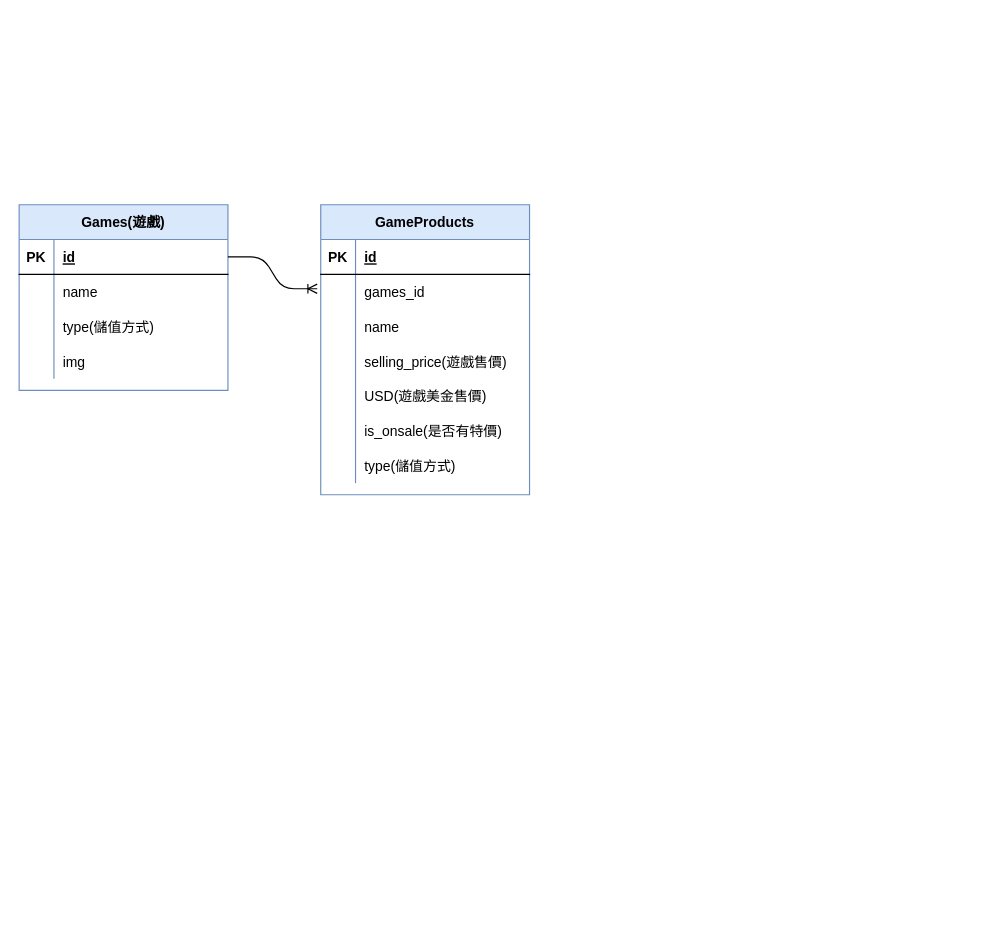
The draw.io diagram Untitled Diagram.drawio in SuHsienChin/website, before the edit. Source tidied: cells renumbered, new cells numbered last; positions are measured from the earlier drawing's top-left corner, leaving out a move shared by most shapes. Both pictures are drawn from the tidied source at 116%, with x=0, y=0 at pixel (19, 204).
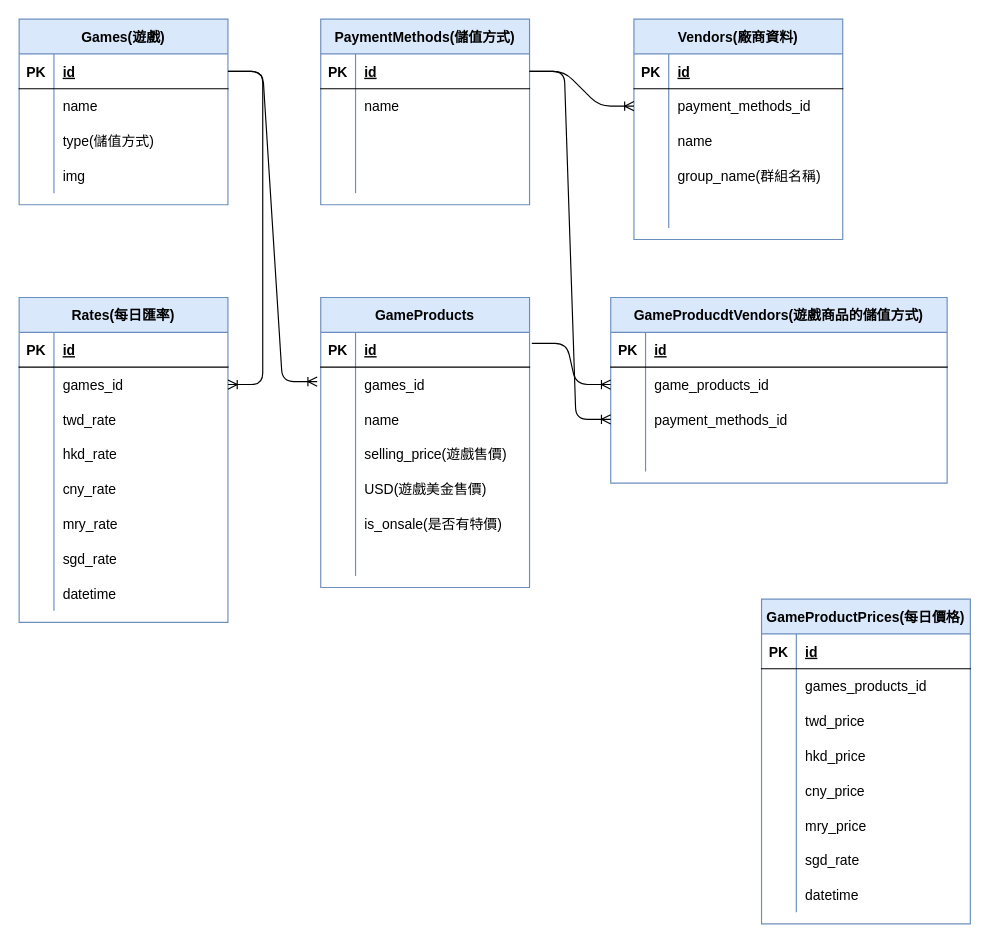
Above is the later version.

Unchanged cells that the change refers to:
```xml
<mxCell id="3" style="shape=partialRectangle;fillColor=none;top=0;left=0;bottom=1;right=0;points=[[0,0.5],[1,0.5]];portConstraint=eastwest;" parent="2" vertex="1">
  <mxGeometry y="30" width="180" height="30" as="geometry" />
</mxCell>
<mxCell id="16" style="shape=partialRectangle;fillColor=none;top=0;left=0;bottom=1;right=0;points=[[0,0.5],[1,0.5]];portConstraint=eastwest;" parent="15" vertex="1">
  <mxGeometry y="30" width="180" height="30" as="geometry" />
</mxCell>
<mxCell id="34" style="shape=partialRectangle;fillColor=none;top=0;left=0;bottom=0;right=0;" parent="15" vertex="1">
  <mxGeometry y="210" width="180" height="30" as="geometry" />
</mxCell>
```

Diff of the diagram source:
```diff
@@
     <mxCell id="2" value="Games(遊戲)" style="shape=table;startSize=30;childLayout=tableLayout;rowLines=0;fontStyle=1;align=center;fillColor=#dae8fc;strokeColor=#6c8ebf;" parent="1" vertex="1">
-      <mxGeometry width="180" height="160" as="geometry" />
+      <mxGeometry y="-160" width="180" height="160" as="geometry" />
     </mxCell>
@@
     <mxCell id="15" value="GameProducts" style="shape=table;startSize=30;childLayout=tableLayout;rowLines=0;fontStyle=1;align=center;fillColor=#dae8fc;strokeColor=#6c8ebf;" parent="1" vertex="1">
-      <mxGeometry x="260" width="180" height="250" as="geometry" />
+      <mxGeometry x="260" y="80" width="180" height="250" as="geometry" />
     </mxCell>
@@
-    <mxCell id="36" value="type(儲值方式)" style="shape=partialRectangle;fillColor=none;top=0;left=0;bottom=0;right=0;align=left;spacingLeft=6;overflow=hidden;" parent="34" vertex="1">
+    <mxCell id="36" style="shape=partialRectangle;fillColor=none;top=0;left=0;bottom=0;right=0;align=left;spacingLeft=6;overflow=hidden;" parent="34" vertex="1">
       <mxGeometry x="30" width="150" height="30" as="geometry" />
     </mxCell>
@@
+    <mxCell id="38" value="Rates(每日匯率)" style="shape=table;startSize=30;childLayout=tableLayout;rowLines=0;fontStyle=1;align=center;fillColor=#dae8fc;strokeColor=#6c8ebf;" parent="1" vertex="1">
+      <mxGeometry y="80" width="180" height="280" as="geometry" />
+    </mxCell>
+    <mxCell id="39" style="shape=partialRectangle;fillColor=none;top=0;left=0;bottom=1;right=0;" parent="38" vertex="1">
+      <mxGeometry y="30" width="180" height="30" as="geometry" />
+    </mxCell>
+    <mxCell id="40" value="PK" style="shape=partialRectangle;fillColor=none;top=0;left=0;bottom=0;right=0;fontStyle=1;overflow=hidden;" parent="39" vertex="1">
+      <mxGeometry width="30" height="30" as="geometry" />
+    </mxCell>
+    <mxCell id="41" value="id" style="shape=partialRectangle;fillColor=none;top=0;left=0;bottom=0;right=0;align=left;spacingLeft=6;fontStyle=5;overflow=hidden;" parent="39" vertex="1">
+      <mxGeometry x="30" width="150" height="30" as="geometry" />
+    </mxCell>
+    <mxCell id="42" style="shape=partialRectangle;fillColor=none;top=0;left=0;bottom=0;right=0;points=[[0,0.5],[1,0.5]];portConstraint=eastwest;" parent="38" vertex="1">
+      <mxGeometry y="60" width="180" height="30" as="geometry" />
+    </mxCell>
+    <mxCell id="43" style="shape=partialRectangle;fillColor=none;top=0;left=0;bottom=0;right=0;overflow=hidden;" parent="42" vertex="1">
+      <mxGeometry width="30" height="30" as="geometry" />
+    </mxCell>
+    <mxCell id="44" value="games_id" style="shape=partialRectangle;fillColor=none;top=0;left=0;bottom=0;right=0;align=left;spacingLeft=6;overflow=hidden;" parent="42" vertex="1">
+      <mxGeometry x="30" width="150" height="30" as="geometry" />
+    </mxCell>
+    <mxCell id="45" style="shape=partialRectangle;fillColor=none;top=0;left=0;bottom=0;right=0;" parent="38" vertex="1">
+      <mxGeometry y="90" width="180" height="30" as="geometry" />
+    </mxCell>
+    <mxCell id="46" style="shape=partialRectangle;fillColor=none;top=0;left=0;bottom=0;right=0;overflow=hidden;" parent="45" vertex="1">
+      <mxGeometry width="30" height="30" as="geometry" />
+    </mxCell>
+    <mxCell id="47" value="twd_rate" style="shape=partialRectangle;fillColor=none;top=0;left=0;bottom=0;right=0;align=left;spacingLeft=6;overflow=hidden;" parent="45" vertex="1">
+      <mxGeometry x="30" width="150" height="30" as="geometry" />
+    </mxCell>
+    <mxCell id="48" style="shape=partialRectangle;fillColor=none;top=0;left=0;bottom=0;right=0;" parent="38" vertex="1">
+      <mxGeometry y="120" width="180" height="30" as="geometry" />
+    </mxCell>
+    <mxCell id="49" style="shape=partialRectangle;fillColor=none;top=0;left=0;bottom=0;right=0;overflow=hidden;" parent="48" vertex="1">
+      <mxGeometry width="30" height="30" as="geometry" />
+    </mxCell>
+    <mxCell id="50" value="hkd_rate" style="shape=partialRectangle;fillColor=none;top=0;left=0;bottom=0;right=0;align=left;spacingLeft=6;overflow=hidden;" parent="48" vertex="1">
+      <mxGeometry x="30" width="150" height="30" as="geometry" />
+    </mxCell>
+    <mxCell id="51" style="shape=partialRectangle;fillColor=none;top=0;left=0;bottom=0;right=0;" parent="38" vertex="1">
+      <mxGeometry y="150" width="180" height="30" as="geometry" />
+    </mxCell>
+    <mxCell id="52" style="shape=partialRectangle;fillColor=none;top=0;left=0;bottom=0;right=0;overflow=hidden;" parent="51" vertex="1">
+      <mxGeometry width="30" height="30" as="geometry" />
+    </mxCell>
+    <mxCell id="53" value="cny_rate" style="shape=partialRectangle;fillColor=none;top=0;left=0;bottom=0;right=0;align=left;spacingLeft=6;overflow=hidden;" parent="51" vertex="1">
+      <mxGeometry x="30" width="150" height="30" as="geometry" />
+    </mxCell>
+    <mxCell id="54" style="shape=partialRectangle;fillColor=none;top=0;left=0;bottom=0;right=0;" parent="38" vertex="1">
+      <mxGeometry y="180" width="180" height="30" as="geometry" />
+    </mxCell>
+    <mxCell id="55" style="shape=partialRectangle;fillColor=none;top=0;left=0;bottom=0;right=0;overflow=hidden;" parent="54" vertex="1">
+      <mxGeometry width="30" height="30" as="geometry" />
+    </mxCell>
+    <mxCell id="56" value="mry_rate" style="shape=partialRectangle;fillColor=none;top=0;left=0;bottom=0;right=0;align=left;spacingLeft=6;overflow=hidden;" parent="54" vertex="1">
+      <mxGeometry x="30" width="150" height="30" as="geometry" />
+    </mxCell>
+    <mxCell id="57" style="shape=partialRectangle;fillColor=none;top=0;left=0;bottom=0;right=0;" parent="38" vertex="1">
+      <mxGeometry y="210" width="180" height="30" as="geometry" />
+    </mxCell>
+    <mxCell id="58" style="shape=partialRectangle;fillColor=none;top=0;left=0;bottom=0;right=0;overflow=hidden;" parent="57" vertex="1">
+      <mxGeometry width="30" height="30" as="geometry" />
+    </mxCell>
+    <mxCell id="59" value="sgd_rate" style="shape=partialRectangle;fillColor=none;top=0;left=0;bottom=0;right=0;align=left;spacingLeft=6;overflow=hidden;" parent="57" vertex="1">
+      <mxGeometry x="30" width="150" height="30" as="geometry" />
+    </mxCell>
+    <mxCell id="60" style="shape=partialRectangle;fillColor=none;top=0;left=0;bottom=0;right=0;" parent="38" vertex="1">
+      <mxGeometry y="240" width="180" height="30" as="geometry" />
+    </mxCell>
+    <mxCell id="61" style="shape=partialRectangle;fillColor=none;top=0;left=0;bottom=0;right=0;overflow=hidden;" parent="60" vertex="1">
+      <mxGeometry width="30" height="30" as="geometry" />
+    </mxCell>
+    <mxCell id="62" value="datetime" style="shape=partialRectangle;fillColor=none;top=0;left=0;bottom=0;right=0;align=left;spacingLeft=6;overflow=hidden;" parent="60" vertex="1">
+      <mxGeometry x="30" width="150" height="30" as="geometry" />
+    </mxCell>
+    <mxCell id="63" style="edgeStyle=entityRelationEdgeStyle;fontSize=12;html=1;endArrow=ERoneToMany;exitX=1;exitY=0.5;exitDx=0;exitDy=0;entryX=1;entryY=0.5;entryDx=0;entryDy=0;" parent="1" edge="1" source="3" target="42">
+      <mxGeometry relative="1" as="geometry" />
+    </mxCell>
+    <mxCell id="64" value="GameProductPrices(每日價格)" style="shape=table;startSize=30;childLayout=tableLayout;rowLines=0;fontStyle=1;align=center;fillColor=#dae8fc;strokeColor=#6c8ebf;" parent="1" vertex="1">
+      <mxGeometry x="640" y="340" width="180" height="280" as="geometry" />
+    </mxCell>
+    <mxCell id="65" style="shape=partialRectangle;fillColor=none;top=0;left=0;bottom=1;right=0;" parent="64" vertex="1">
+      <mxGeometry y="30" width="180" height="30" as="geometry" />
+    </mxCell>
+    <mxCell id="66" value="PK" style="shape=partialRectangle;fillColor=none;top=0;left=0;bottom=0;right=0;fontStyle=1;overflow=hidden;" parent="65" vertex="1">
+      <mxGeometry width="30" height="30" as="geometry" />
+    </mxCell>
+    <mxCell id="67" value="id" style="shape=partialRectangle;fillColor=none;top=0;left=0;bottom=0;right=0;align=left;spacingLeft=6;fontStyle=5;overflow=hidden;" parent="65" vertex="1">
+      <mxGeometry x="30" width="150" height="30" as="geometry" />
+    </mxCell>
+    <mxCell id="68" style="shape=partialRectangle;fillColor=none;top=0;left=0;bottom=0;right=0;" parent="64" vertex="1">
+      <mxGeometry y="60" width="180" height="30" as="geometry" />
+    </mxCell>
+    <mxCell id="69" style="shape=partialRectangle;fillColor=none;top=0;left=0;bottom=0;right=0;overflow=hidden;" parent="68" vertex="1">
+      <mxGeometry width="30" height="30" as="geometry" />
+    </mxCell>
+    <mxCell id="70" value="games_products_id" style="shape=partialRectangle;fillColor=none;top=0;left=0;bottom=0;right=0;align=left;spacingLeft=6;overflow=hidden;" parent="68" vertex="1">
+      <mxGeometry x="30" width="150" height="30" as="geometry" />
+    </mxCell>
+    <mxCell id="71" style="shape=partialRectangle;fillColor=none;top=0;left=0;bottom=0;right=0;" parent="64" vertex="1">
+      <mxGeometry y="90" width="180" height="30" as="geometry" />
+    </mxCell>
+    <mxCell id="72" style="shape=partialRectangle;fillColor=none;top=0;left=0;bottom=0;right=0;overflow=hidden;" parent="71" vertex="1">
+      <mxGeometry width="30" height="30" as="geometry" />
+    </mxCell>
+    <mxCell id="73" value="twd_price" style="shape=partialRectangle;fillColor=none;top=0;left=0;bottom=0;right=0;align=left;spacingLeft=6;overflow=hidden;" parent="71" vertex="1">
+      <mxGeometry x="30" width="150" height="30" as="geometry" />
+    </mxCell>
+    <mxCell id="74" style="shape=partialRectangle;fillColor=none;top=0;left=0;bottom=0;right=0;" parent="64" vertex="1">
+      <mxGeometry y="120" width="180" height="30" as="geometry" />
+    </mxCell>
+    <mxCell id="75" style="shape=partialRectangle;fillColor=none;top=0;left=0;bottom=0;right=0;overflow=hidden;" parent="74" vertex="1">
+      <mxGeometry width="30" height="30" as="geometry" />
+    </mxCell>
+    <mxCell id="76" value="hkd_price" style="shape=partialRectangle;fillColor=none;top=0;left=0;bottom=0;right=0;align=left;spacingLeft=6;overflow=hidden;" parent="74" vertex="1">
+      <mxGeometry x="30" width="150" height="30" as="geometry" />
+    </mxCell>
+    <mxCell id="77" style="shape=partialRectangle;fillColor=none;top=0;left=0;bottom=0;right=0;" parent="64" vertex="1">
+      <mxGeometry y="150" width="180" height="30" as="geometry" />
+    </mxCell>
+    <mxCell id="78" style="shape=partialRectangle;fillColor=none;top=0;left=0;bottom=0;right=0;overflow=hidden;" parent="77" vertex="1">
+      <mxGeometry width="30" height="30" as="geometry" />
+    </mxCell>
+    <mxCell id="79" value="cny_price" style="shape=partialRectangle;fillColor=none;top=0;left=0;bottom=0;right=0;align=left;spacingLeft=6;overflow=hidden;" parent="77" vertex="1">
+      <mxGeometry x="30" width="150" height="30" as="geometry" />
+    </mxCell>
+    <mxCell id="80" style="shape=partialRectangle;fillColor=none;top=0;left=0;bottom=0;right=0;" parent="64" vertex="1">
+      <mxGeometry y="180" width="180" height="30" as="geometry" />
+    </mxCell>
+    <mxCell id="81" style="shape=partialRectangle;fillColor=none;top=0;left=0;bottom=0;right=0;overflow=hidden;" parent="80" vertex="1">
+      <mxGeometry width="30" height="30" as="geometry" />
+    </mxCell>
+    <mxCell id="82" value="mry_price" style="shape=partialRectangle;fillColor=none;top=0;left=0;bottom=0;right=0;align=left;spacingLeft=6;overflow=hidden;" parent="80" vertex="1">
+      <mxGeometry x="30" width="150" height="30" as="geometry" />
+    </mxCell>
+    <mxCell id="83" style="shape=partialRectangle;fillColor=none;top=0;left=0;bottom=0;right=0;" parent="64" vertex="1">
+      <mxGeometry y="210" width="180" height="30" as="geometry" />
+    </mxCell>
+    <mxCell id="84" style="shape=partialRectangle;fillColor=none;top=0;left=0;bottom=0;right=0;overflow=hidden;" parent="83" vertex="1">
+      <mxGeometry width="30" height="30" as="geometry" />
+    </mxCell>
+    <mxCell id="85" value="sgd_rate" style="shape=partialRectangle;fillColor=none;top=0;left=0;bottom=0;right=0;align=left;spacingLeft=6;overflow=hidden;" parent="83" vertex="1">
+      <mxGeometry x="30" width="150" height="30" as="geometry" />
+    </mxCell>
+    <mxCell id="86" style="shape=partialRectangle;fillColor=none;top=0;left=0;bottom=0;right=0;" parent="64" vertex="1">
+      <mxGeometry y="240" width="180" height="30" as="geometry" />
+    </mxCell>
+    <mxCell id="87" style="shape=partialRectangle;fillColor=none;top=0;left=0;bottom=0;right=0;overflow=hidden;" parent="86" vertex="1">
+      <mxGeometry width="30" height="30" as="geometry" />
+    </mxCell>
+    <mxCell id="88" value="datetime" style="shape=partialRectangle;fillColor=none;top=0;left=0;bottom=0;right=0;align=left;spacingLeft=6;overflow=hidden;" parent="86" vertex="1">
+      <mxGeometry x="30" width="150" height="30" as="geometry" />
+    </mxCell>
+    <mxCell id="89" value="Vendors(廠商資料)" style="shape=table;startSize=30;childLayout=tableLayout;rowLines=0;fontStyle=1;align=center;fillColor=#dae8fc;strokeColor=#6c8ebf;" parent="1" vertex="1">
+      <mxGeometry x="530" y="-160" width="180" height="190" as="geometry" />
+    </mxCell>
+    <mxCell id="90" style="shape=partialRectangle;fillColor=none;top=0;left=0;bottom=1;right=0;" parent="89" vertex="1">
+      <mxGeometry y="30" width="180" height="30" as="geometry" />
+    </mxCell>
+    <mxCell id="91" value="PK" style="shape=partialRectangle;fillColor=none;top=0;left=0;bottom=0;right=0;fontStyle=1;overflow=hidden;" parent="90" vertex="1">
+      <mxGeometry width="30" height="30" as="geometry" />
+    </mxCell>
+    <mxCell id="92" value="id" style="shape=partialRectangle;fillColor=none;top=0;left=0;bottom=0;right=0;align=left;spacingLeft=6;fontStyle=5;overflow=hidden;" parent="90" vertex="1">
+      <mxGeometry x="30" width="150" height="30" as="geometry" />
+    </mxCell>
+    <mxCell id="93" style="shape=partialRectangle;fillColor=none;top=0;left=0;bottom=0;right=0;points=[[0,0.5],[1,0.5]];portConstraint=eastwest;" parent="89" vertex="1">
+      <mxGeometry y="60" width="180" height="30" as="geometry" />
+    </mxCell>
+    <mxCell id="94" style="shape=partialRectangle;fillColor=none;top=0;left=0;bottom=0;right=0;overflow=hidden;" parent="93" vertex="1">
+      <mxGeometry width="30" height="30" as="geometry" />
+    </mxCell>
+    <mxCell id="95" value="payment_methods_id" style="shape=partialRectangle;fillColor=none;top=0;left=0;bottom=0;right=0;align=left;spacingLeft=6;overflow=hidden;" parent="93" vertex="1">
+      <mxGeometry x="30" width="150" height="30" as="geometry" />
+    </mxCell>
+    <mxCell id="96" style="shape=partialRectangle;fillColor=none;top=0;left=0;bottom=0;right=0;" parent="89" vertex="1">
+      <mxGeometry y="90" width="180" height="30" as="geometry" />
+    </mxCell>
+    <mxCell id="97" style="shape=partialRectangle;fillColor=none;top=0;left=0;bottom=0;right=0;overflow=hidden;" parent="96" vertex="1">
+      <mxGeometry width="30" height="30" as="geometry" />
+    </mxCell>
+    <mxCell id="98" value="name" style="shape=partialRectangle;fillColor=none;top=0;left=0;bottom=0;right=0;align=left;spacingLeft=6;overflow=hidden;" parent="96" vertex="1">
+      <mxGeometry x="30" width="150" height="30" as="geometry" />
+    </mxCell>
+    <mxCell id="99" style="shape=partialRectangle;fillColor=none;top=0;left=0;bottom=0;right=0;" parent="89" vertex="1">
+      <mxGeometry y="120" width="180" height="30" as="geometry" />
+    </mxCell>
+    <mxCell id="100" style="shape=partialRectangle;fillColor=none;top=0;left=0;bottom=0;right=0;overflow=hidden;" parent="99" vertex="1">
+      <mxGeometry width="30" height="30" as="geometry" />
+    </mxCell>
+    <mxCell id="101" value="group_name(群組名稱)" style="shape=partialRectangle;fillColor=none;top=0;left=0;bottom=0;right=0;align=left;spacingLeft=6;overflow=hidden;" parent="99" vertex="1">
+      <mxGeometry x="30" width="150" height="30" as="geometry" />
+    </mxCell>
+    <mxCell id="102" style="shape=partialRectangle;fillColor=none;top=0;left=0;bottom=0;right=0;" parent="89" vertex="1">
+      <mxGeometry y="150" width="180" height="30" as="geometry" />
+    </mxCell>
+    <mxCell id="103" style="shape=partialRectangle;fillColor=none;top=0;left=0;bottom=0;right=0;overflow=hidden;" parent="102" vertex="1">
+      <mxGeometry width="30" height="30" as="geometry" />
+    </mxCell>
+    <mxCell id="104" style="shape=partialRectangle;fillColor=none;top=0;left=0;bottom=0;right=0;align=left;spacingLeft=6;overflow=hidden;" parent="102" vertex="1">
+      <mxGeometry x="30" width="150" height="30" as="geometry" />
+    </mxCell>
+    <mxCell id="105" value="GameProducdtVendors(遊戲商品的儲值方式)" style="shape=table;startSize=30;childLayout=tableLayout;rowLines=0;fontStyle=1;align=center;fillColor=#dae8fc;strokeColor=#6c8ebf;" parent="1" vertex="1">
+      <mxGeometry x="510" y="80" width="290" height="160" as="geometry" />
+    </mxCell>
+    <mxCell id="106" style="shape=partialRectangle;fillColor=none;top=0;left=0;bottom=1;right=0;" parent="105" vertex="1">
+      <mxGeometry y="30" width="290" height="30" as="geometry" />
+    </mxCell>
+    <mxCell id="107" value="PK" style="shape=partialRectangle;fillColor=none;top=0;left=0;bottom=0;right=0;fontStyle=1;overflow=hidden;" parent="106" vertex="1">
+      <mxGeometry width="30" height="30" as="geometry" />
+    </mxCell>
+    <mxCell id="108" value="id" style="shape=partialRectangle;fillColor=none;top=0;left=0;bottom=0;right=0;align=left;spacingLeft=6;fontStyle=5;overflow=hidden;" parent="106" vertex="1">
+      <mxGeometry x="30" width="260" height="30" as="geometry" />
+    </mxCell>
+    <mxCell id="109" style="shape=partialRectangle;fillColor=none;top=0;left=0;bottom=0;right=0;points=[[0,0.5],[1,0.5]];portConstraint=eastwest;" parent="105" vertex="1">
+      <mxGeometry y="60" width="290" height="30" as="geometry" />
+    </mxCell>
+    <mxCell id="110" style="shape=partialRectangle;fillColor=none;top=0;left=0;bottom=0;right=0;overflow=hidden;" parent="109" vertex="1">
+      <mxGeometry width="30" height="30" as="geometry" />
+    </mxCell>
+    <mxCell id="111" value="game_products_id" style="shape=partialRectangle;fillColor=none;top=0;left=0;bottom=0;right=0;align=left;spacingLeft=6;overflow=hidden;" parent="109" vertex="1">
+      <mxGeometry x="30" width="260" height="30" as="geometry" />
+    </mxCell>
+    <mxCell id="112" style="shape=partialRectangle;fillColor=none;top=0;left=0;bottom=0;right=0;points=[[0,0.5],[1,0.5]];portConstraint=eastwest;" parent="105" vertex="1">
+      <mxGeometry y="90" width="290" height="30" as="geometry" />
+    </mxCell>
+    <mxCell id="113" style="shape=partialRectangle;fillColor=none;top=0;left=0;bottom=0;right=0;overflow=hidden;" parent="112" vertex="1">
+      <mxGeometry width="30" height="30" as="geometry" />
+    </mxCell>
+    <mxCell id="114" value="payment_methods_id" style="shape=partialRectangle;fillColor=none;top=0;left=0;bottom=0;right=0;align=left;spacingLeft=6;overflow=hidden;" parent="112" vertex="1">
+      <mxGeometry x="30" width="260" height="30" as="geometry" />
+    </mxCell>
+    <mxCell id="115" style="shape=partialRectangle;fillColor=none;top=0;left=0;bottom=0;right=0;" parent="105" vertex="1">
+      <mxGeometry y="120" width="290" height="30" as="geometry" />
+    </mxCell>
+    <mxCell id="116" style="shape=partialRectangle;fillColor=none;top=0;left=0;bottom=0;right=0;overflow=hidden;" parent="115" vertex="1">
+      <mxGeometry width="30" height="30" as="geometry" />
+    </mxCell>
+    <mxCell id="117" style="shape=partialRectangle;fillColor=none;top=0;left=0;bottom=0;right=0;align=left;spacingLeft=6;overflow=hidden;" parent="115" vertex="1">
+      <mxGeometry x="30" width="260" height="30" as="geometry" />
+    </mxCell>
+    <mxCell id="118" style="edgeStyle=entityRelationEdgeStyle;fontSize=12;html=1;endArrow=ERoneToMany;exitX=1.011;exitY=0.317;exitDx=0;exitDy=0;exitPerimeter=0;" parent="1" edge="1" source="16" target="109">
+      <mxGeometry relative="1" as="geometry" />
+    </mxCell>
+    <mxCell id="119" value="PaymentMethods(儲值方式)" style="shape=table;startSize=30;childLayout=tableLayout;rowLines=0;fontStyle=1;align=center;fillColor=#dae8fc;strokeColor=#6c8ebf;" parent="1" vertex="1">
+      <mxGeometry x="260" y="-160" width="180" height="160" as="geometry" />
+    </mxCell>
+    <mxCell id="120" style="shape=partialRectangle;fillColor=none;top=0;left=0;bottom=1;right=0;points=[[0,0.5],[1,0.5]];portConstraint=eastwest;" parent="119" vertex="1">
+      <mxGeometry y="30" width="180" height="30" as="geometry" />
+    </mxCell>
+    <mxCell id="121" value="PK" style="shape=partialRectangle;fillColor=none;top=0;left=0;bottom=0;right=0;fontStyle=1;overflow=hidden;" parent="120" vertex="1">
+      <mxGeometry width="30" height="30" as="geometry" />
+    </mxCell>
+    <mxCell id="122" value="id" style="shape=partialRectangle;fillColor=none;top=0;left=0;bottom=0;right=0;align=left;spacingLeft=6;fontStyle=5;overflow=hidden;" parent="120" vertex="1">
+      <mxGeometry x="30" width="150" height="30" as="geometry" />
+    </mxCell>
+    <mxCell id="123" style="shape=partialRectangle;fillColor=none;top=0;left=0;bottom=0;right=0;" parent="119" vertex="1">
+      <mxGeometry y="60" width="180" height="30" as="geometry" />
+    </mxCell>
+    <mxCell id="124" style="shape=partialRectangle;fillColor=none;top=0;left=0;bottom=0;right=0;overflow=hidden;" parent="123" vertex="1">
+      <mxGeometry width="30" height="30" as="geometry" />
+    </mxCell>
+    <mxCell id="125" value="name" style="shape=partialRectangle;fillColor=none;top=0;left=0;bottom=0;right=0;align=left;spacingLeft=6;overflow=hidden;" parent="123" vertex="1">
+      <mxGeometry x="30" width="150" height="30" as="geometry" />
+    </mxCell>
+    <mxCell id="126" style="shape=partialRectangle;fillColor=none;top=0;left=0;bottom=0;right=0;" parent="119" vertex="1">
+      <mxGeometry y="90" width="180" height="30" as="geometry" />
+    </mxCell>
+    <mxCell id="127" style="shape=partialRectangle;fillColor=none;top=0;left=0;bottom=0;right=0;overflow=hidden;" parent="126" vertex="1">
+      <mxGeometry width="30" height="30" as="geometry" />
+    </mxCell>
+    <mxCell id="128" style="shape=partialRectangle;fillColor=none;top=0;left=0;bottom=0;right=0;align=left;spacingLeft=6;overflow=hidden;" parent="126" vertex="1">
+      <mxGeometry x="30" width="150" height="30" as="geometry" />
+    </mxCell>
+    <mxCell id="129" style="shape=partialRectangle;fillColor=none;top=0;left=0;bottom=0;right=0;" parent="119" vertex="1">
+      <mxGeometry y="120" width="180" height="30" as="geometry" />
+    </mxCell>
+    <mxCell id="130" style="shape=partialRectangle;fillColor=none;top=0;left=0;bottom=0;right=0;overflow=hidden;" parent="129" vertex="1">
+      <mxGeometry width="30" height="30" as="geometry" />
+    </mxCell>
+    <mxCell id="131" style="shape=partialRectangle;fillColor=none;top=0;left=0;bottom=0;right=0;align=left;spacingLeft=6;overflow=hidden;" parent="129" vertex="1">
+      <mxGeometry x="30" width="150" height="30" as="geometry" />
+    </mxCell>
+    <mxCell id="132" style="edgeStyle=entityRelationEdgeStyle;fontSize=12;html=1;endArrow=ERoneToMany;" parent="1" edge="1" source="120" target="93">
+      <mxGeometry relative="1" as="geometry" />
+    </mxCell>
+    <mxCell id="133" style="edgeStyle=entityRelationEdgeStyle;fontSize=12;html=1;endArrow=ERoneToMany;" parent="1" edge="1" source="120" target="112">
+      <mxGeometry relative="1" as="geometry" />
+    </mxCell>
```
